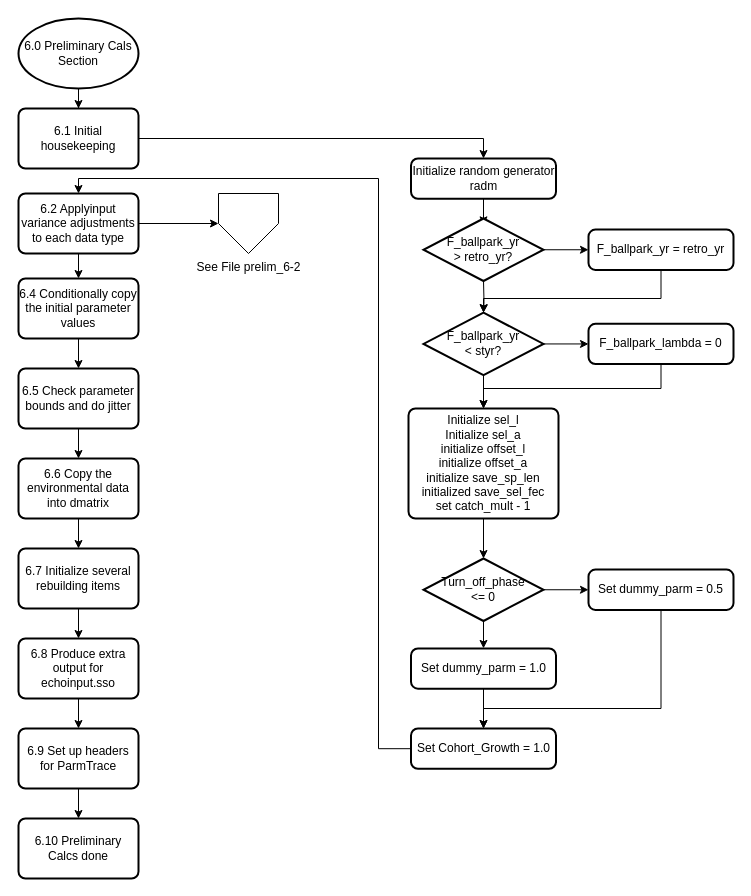
The draw.io diagram prelim.drawio in nmfs-ost/ss3-flowcharts, before the edit. Source tidied: cells renumbered, new cells numbered last; positions are measured from the earlier drawing's top-left corner, leaving out a move shared by most shapes. Both pictures are drawn from the tidied source at 100%, with x=0, y=0 at pixel (18, 18).
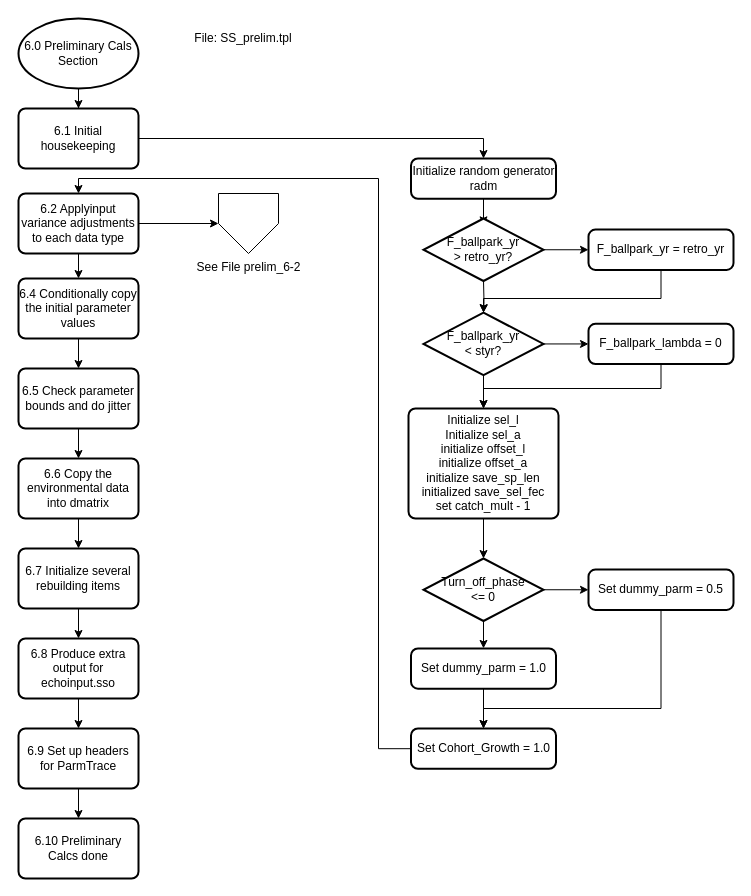
The same page after the edit.

Diff of the diagram source:
```diff
@@
+    <mxCell id="46" value="File: SS_prelim.tpl&lt;br&gt;" style="text;html=1;strokeColor=none;fillColor=none;align=center;verticalAlign=middle;whiteSpace=wrap;rounded=0;" parent="1" vertex="1">
+      <mxGeometry x="140" width="170" height="40" as="geometry" />
+    </mxCell>
```
